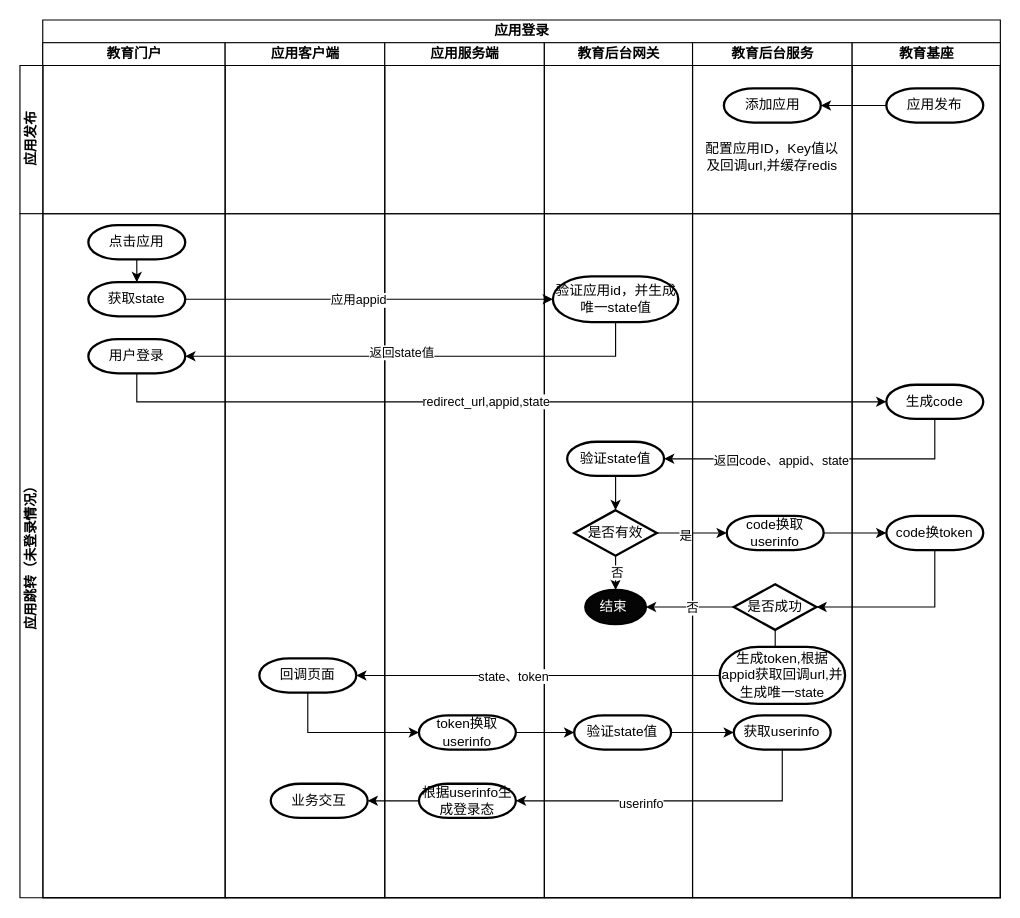
Earlier version of the draw.io diagram 应用登录流程(开发流程).drawio (liangdengming/diagrams). Source tidied: cells renumbered, new cells numbered last; positions are measured from the earlier drawing's top-left corner, leaving out a move shared by most shapes. Both pictures are drawn from the tidied source at 114%, with x=0, y=0 at pixel (19, 19).
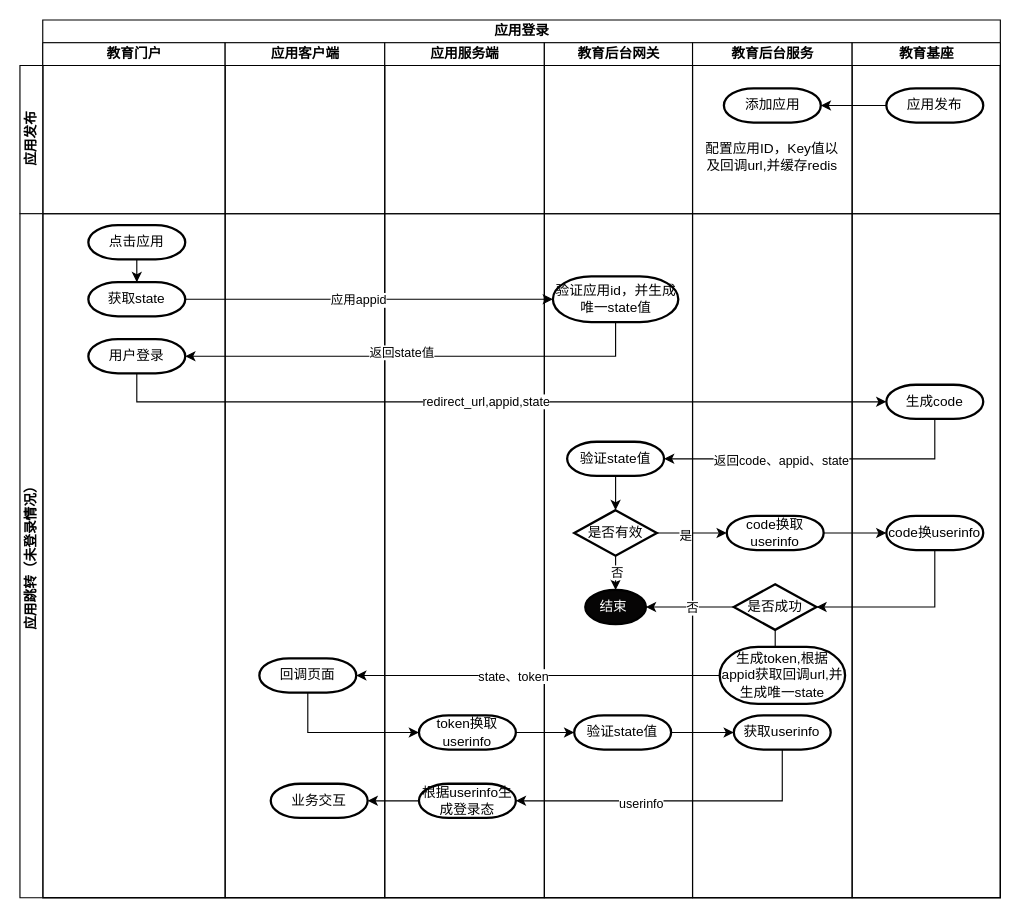
After the change.

Commit message (it also covers changes not shown here):
更新应用登录流程(开发流程).drawio

The change refers to these unchanged cells:
```xml
<mxCell id="14" value="应用跳转（未登录情况）" style="swimlane;startSize=20;horizontal=0;html=1;" parent="1" vertex="1">
  <mxGeometry y="170" width="860" height="600" as="geometry" />
</mxCell>
```

What changed in the source:
```diff
@@
-    <mxCell id="39" value="code换token" style="strokeWidth=2;html=1;shape=mxgraph.flowchart.terminator;whiteSpace=wrap;" parent="14" vertex="1">
+    <mxCell id="39" value="code换userinfo" style="strokeWidth=2;html=1;shape=mxgraph.flowchart.terminator;whiteSpace=wrap;" parent="14" vertex="1">
       <mxGeometry x="760" y="265" width="85" height="30" as="geometry" />
     </mxCell>
```
